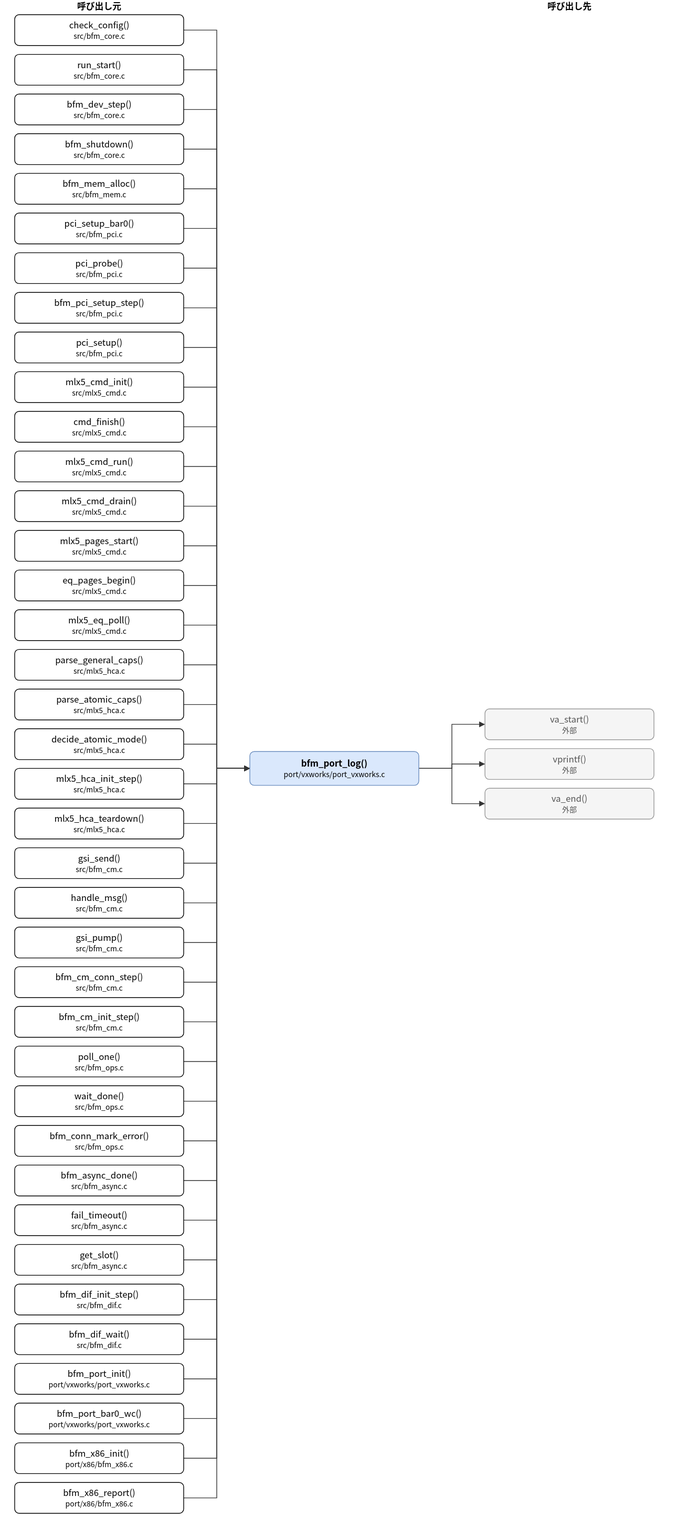
Above: doc/spec/images/call_port_vxworks_port_vxworks-bfm_port_log.drawio.svg in hf355051012-ai/bfmem (draw.io), before the change. Source tidied: cells renumbered, new cells last; positions are measured from the earlier drawing's top-left corner, leaving out a move shared by most shapes.
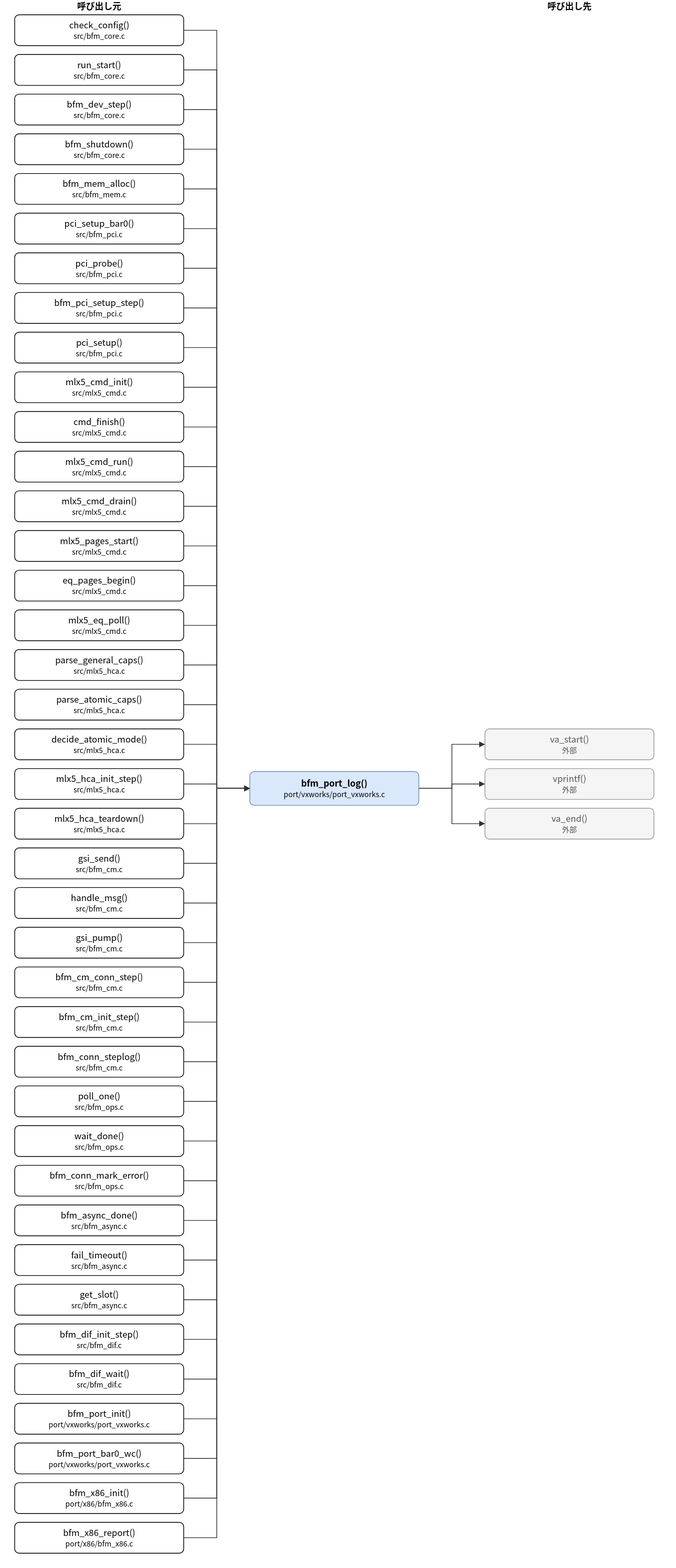
The same file after the commit.

The edit, as a diff of the source:
```diff
@@ -5,3 +5,3 @@
     <mxCell id="2" value="bfm_port_log()&lt;br&gt;&lt;font style=&quot;font-size:10px&quot;&gt;port/vxworks/port_vxworks.c&lt;/font&gt;" style="rounded=1;whiteSpace=wrap;html=1;fillColor=#dae8fc;strokeColor=#6c8ebf;fontStyle=1;" parent="1" vertex="1">
-      <mxGeometry x="320" y="1023" width="230" height="46" as="geometry" />
+      <mxGeometry x="320" y="1050" width="230" height="46" as="geometry" />
     </mxCell>
@@ -85,46 +85,49 @@
     </mxCell>
-    <mxCell id="29" value="poll_one()&lt;br&gt;&lt;font style=&quot;font-size:10px&quot;&gt;src/bfm_ops.c&lt;/font&gt;" style="rounded=1;whiteSpace=wrap;html=1;" parent="1" vertex="1">
+    <mxCell id="29" value="bfm_conn_steplog()&lt;br&gt;&lt;font style=&quot;font-size:10px&quot;&gt;src/bfm_cm.c&lt;/font&gt;" style="rounded=1;whiteSpace=wrap;html=1;" parent="1" vertex="1">
       <mxGeometry y="1424" width="230" height="42" as="geometry" />
     </mxCell>
-    <mxCell id="30" value="wait_done()&lt;br&gt;&lt;font style=&quot;font-size:10px&quot;&gt;src/bfm_ops.c&lt;/font&gt;" style="rounded=1;whiteSpace=wrap;html=1;" parent="1" vertex="1">
+    <mxCell id="30" value="poll_one()&lt;br&gt;&lt;font style=&quot;font-size:10px&quot;&gt;src/bfm_ops.c&lt;/font&gt;" style="rounded=1;whiteSpace=wrap;html=1;" parent="1" vertex="1">
       <mxGeometry y="1478" width="230" height="42" as="geometry" />
     </mxCell>
-    <mxCell id="31" value="bfm_conn_mark_error()&lt;br&gt;&lt;font style=&quot;font-size:10px&quot;&gt;src/bfm_ops.c&lt;/font&gt;" style="rounded=1;whiteSpace=wrap;html=1;" parent="1" vertex="1">
+    <mxCell id="31" value="wait_done()&lt;br&gt;&lt;font style=&quot;font-size:10px&quot;&gt;src/bfm_ops.c&lt;/font&gt;" style="rounded=1;whiteSpace=wrap;html=1;" parent="1" vertex="1">
       <mxGeometry y="1532" width="230" height="42" as="geometry" />
     </mxCell>
-    <mxCell id="32" value="bfm_async_done()&lt;br&gt;&lt;font style=&quot;font-size:10px&quot;&gt;src/bfm_async.c&lt;/font&gt;" style="rounded=1;whiteSpace=wrap;html=1;" parent="1" vertex="1">
+    <mxCell id="32" value="bfm_conn_mark_error()&lt;br&gt;&lt;font style=&quot;font-size:10px&quot;&gt;src/bfm_ops.c&lt;/font&gt;" style="rounded=1;whiteSpace=wrap;html=1;" parent="1" vertex="1">
       <mxGeometry y="1586" width="230" height="42" as="geometry" />
     </mxCell>
-    <mxCell id="33" value="fail_timeout()&lt;br&gt;&lt;font style=&quot;font-size:10px&quot;&gt;src/bfm_async.c&lt;/font&gt;" style="rounded=1;whiteSpace=wrap;html=1;" parent="1" vertex="1">
+    <mxCell id="33" value="bfm_async_done()&lt;br&gt;&lt;font style=&quot;font-size:10px&quot;&gt;src/bfm_async.c&lt;/font&gt;" style="rounded=1;whiteSpace=wrap;html=1;" parent="1" vertex="1">
       <mxGeometry y="1640" width="230" height="42" as="geometry" />
     </mxCell>
-    <mxCell id="34" value="get_slot()&lt;br&gt;&lt;font style=&quot;font-size:10px&quot;&gt;src/bfm_async.c&lt;/font&gt;" style="rounded=1;whiteSpace=wrap;html=1;" parent="1" vertex="1">
+    <mxCell id="34" value="fail_timeout()&lt;br&gt;&lt;font style=&quot;font-size:10px&quot;&gt;src/bfm_async.c&lt;/font&gt;" style="rounded=1;whiteSpace=wrap;html=1;" parent="1" vertex="1">
       <mxGeometry y="1694" width="230" height="42" as="geometry" />
     </mxCell>
-    <mxCell id="35" value="bfm_dif_init_step()&lt;br&gt;&lt;font style=&quot;font-size:10px&quot;&gt;src/bfm_dif.c&lt;/font&gt;" style="rounded=1;whiteSpace=wrap;html=1;" parent="1" vertex="1">
+    <mxCell id="35" value="get_slot()&lt;br&gt;&lt;font style=&quot;font-size:10px&quot;&gt;src/bfm_async.c&lt;/font&gt;" style="rounded=1;whiteSpace=wrap;html=1;" parent="1" vertex="1">
       <mxGeometry y="1748" width="230" height="42" as="geometry" />
     </mxCell>
-    <mxCell id="36" value="bfm_dif_wait()&lt;br&gt;&lt;font style=&quot;font-size:10px&quot;&gt;src/bfm_dif.c&lt;/font&gt;" style="rounded=1;whiteSpace=wrap;html=1;" parent="1" vertex="1">
+    <mxCell id="36" value="bfm_dif_init_step()&lt;br&gt;&lt;font style=&quot;font-size:10px&quot;&gt;src/bfm_dif.c&lt;/font&gt;" style="rounded=1;whiteSpace=wrap;html=1;" parent="1" vertex="1">
       <mxGeometry y="1802" width="230" height="42" as="geometry" />
     </mxCell>
-    <mxCell id="37" value="bfm_port_init()&lt;br&gt;&lt;font style=&quot;font-size:10px&quot;&gt;port/vxworks/port_vxworks.c&lt;/font&gt;" style="rounded=1;whiteSpace=wrap;html=1;" parent="1" vertex="1">
+    <mxCell id="37" value="bfm_dif_wait()&lt;br&gt;&lt;font style=&quot;font-size:10px&quot;&gt;src/bfm_dif.c&lt;/font&gt;" style="rounded=1;whiteSpace=wrap;html=1;" parent="1" vertex="1">
       <mxGeometry y="1856" width="230" height="42" as="geometry" />
     </mxCell>
-    <mxCell id="38" value="bfm_port_bar0_wc()&lt;br&gt;&lt;font style=&quot;font-size:10px&quot;&gt;port/vxworks/port_vxworks.c&lt;/font&gt;" style="rounded=1;whiteSpace=wrap;html=1;" parent="1" vertex="1">
+    <mxCell id="38" value="bfm_port_init()&lt;br&gt;&lt;font style=&quot;font-size:10px&quot;&gt;port/vxworks/port_vxworks.c&lt;/font&gt;" style="rounded=1;whiteSpace=wrap;html=1;" parent="1" vertex="1">
       <mxGeometry y="1910" width="230" height="42" as="geometry" />
     </mxCell>
-    <mxCell id="39" value="bfm_x86_init()&lt;br&gt;&lt;font style=&quot;font-size:10px&quot;&gt;port/x86/bfm_x86.c&lt;/font&gt;" style="rounded=1;whiteSpace=wrap;html=1;" parent="1" vertex="1">
+    <mxCell id="39" value="bfm_port_bar0_wc()&lt;br&gt;&lt;font style=&quot;font-size:10px&quot;&gt;port/vxworks/port_vxworks.c&lt;/font&gt;" style="rounded=1;whiteSpace=wrap;html=1;" parent="1" vertex="1">
       <mxGeometry y="1964" width="230" height="42" as="geometry" />
     </mxCell>
-    <mxCell id="40" value="bfm_x86_report()&lt;br&gt;&lt;font style=&quot;font-size:10px&quot;&gt;port/x86/bfm_x86.c&lt;/font&gt;" style="rounded=1;whiteSpace=wrap;html=1;" parent="1" vertex="1">
+    <mxCell id="40" value="bfm_x86_init()&lt;br&gt;&lt;font style=&quot;font-size:10px&quot;&gt;port/x86/bfm_x86.c&lt;/font&gt;" style="rounded=1;whiteSpace=wrap;html=1;" parent="1" vertex="1">
       <mxGeometry y="2018" width="230" height="42" as="geometry" />
     </mxCell>
+    <mxCell id="87" value="bfm_x86_report()&lt;br&gt;&lt;font style=&quot;font-size:10px&quot;&gt;port/x86/bfm_x86.c&lt;/font&gt;" style="rounded=1;whiteSpace=wrap;html=1;" parent="1" vertex="1">
+      <mxGeometry y="2072" width="230" height="42" as="geometry" />
+    </mxCell>
     <mxCell id="41" value="va_start()&lt;br&gt;&lt;font style=&quot;font-size:10px&quot;&gt;外部&lt;/font&gt;" style="rounded=1;whiteSpace=wrap;html=1;fillColor=#f5f5f5;strokeColor=#999999;fontColor=#555555;" parent="1" vertex="1">
-      <mxGeometry x="640" y="965" width="230" height="42" as="geometry" />
+      <mxGeometry x="640" y="992" width="230" height="42" as="geometry" />
     </mxCell>
     <mxCell id="42" value="vprintf()&lt;br&gt;&lt;font style=&quot;font-size:10px&quot;&gt;外部&lt;/font&gt;" style="rounded=1;whiteSpace=wrap;html=1;fillColor=#f5f5f5;strokeColor=#999999;fontColor=#555555;" parent="1" vertex="1">
-      <mxGeometry x="640" y="1019" width="230" height="42" as="geometry" />
+      <mxGeometry x="640" y="1046" width="230" height="42" as="geometry" />
     </mxCell>
     <mxCell id="43" value="va_end()&lt;br&gt;&lt;font style=&quot;font-size:10px&quot;&gt;外部&lt;/font&gt;" style="rounded=1;whiteSpace=wrap;html=1;fillColor=#f5f5f5;strokeColor=#999999;fontColor=#555555;" parent="1" vertex="1">
-      <mxGeometry x="640" y="1073" width="230" height="42" as="geometry" />
+      <mxGeometry x="640" y="1100" width="230" height="42" as="geometry" />
     </mxCell>
@@ -134,3 +137,3 @@
           <mxPoint x="275" y="41" />
-          <mxPoint x="275" y="1046" />
+          <mxPoint x="275" y="1073" />
         </Array>
@@ -142,3 +145,3 @@
           <mxPoint x="275" y="95" />
-          <mxPoint x="275" y="1046" />
+          <mxPoint x="275" y="1073" />
         </Array>
@@ -150,3 +153,3 @@
           <mxPoint x="275" y="149" />
-          <mxPoint x="275" y="1046" />
+          <mxPoint x="275" y="1073" />
         </Array>
@@ -158,3 +161,3 @@
           <mxPoint x="275" y="203" />
-          <mxPoint x="275" y="1046" />
+          <mxPoint x="275" y="1073" />
         </Array>
@@ -166,3 +169,3 @@
           <mxPoint x="275" y="257" />
-          <mxPoint x="275" y="1046" />
+          <mxPoint x="275" y="1073" />
         </Array>
@@ -174,3 +177,3 @@
           <mxPoint x="275" y="311" />
-          <mxPoint x="275" y="1046" />
+          <mxPoint x="275" y="1073" />
         </Array>
@@ -182,3 +185,3 @@
           <mxPoint x="275" y="365" />
-          <mxPoint x="275" y="1046" />
+          <mxPoint x="275" y="1073" />
         </Array>
@@ -190,3 +193,3 @@
           <mxPoint x="275" y="419" />
-          <mxPoint x="275" y="1046" />
+          <mxPoint x="275" y="1073" />
         </Array>
@@ -198,3 +201,3 @@
           <mxPoint x="275" y="473" />
-          <mxPoint x="275" y="1046" />
+          <mxPoint x="275" y="1073" />
         </Array>
@@ -206,3 +209,3 @@
           <mxPoint x="275" y="527" />
-          <mxPoint x="275" y="1046" />
+          <mxPoint x="275" y="1073" />
         </Array>
@@ -214,3 +217,3 @@
           <mxPoint x="275" y="581" />
-          <mxPoint x="275" y="1046" />
+          <mxPoint x="275" y="1073" />
         </Array>
@@ -222,3 +225,3 @@
           <mxPoint x="275" y="635" />
-          <mxPoint x="275" y="1046" />
+          <mxPoint x="275" y="1073" />
         </Array>
@@ -230,3 +233,3 @@
           <mxPoint x="275" y="689" />
-          <mxPoint x="275" y="1046" />
+          <mxPoint x="275" y="1073" />
         </Array>
@@ -238,3 +241,3 @@
           <mxPoint x="275" y="743" />
-          <mxPoint x="275" y="1046" />
+          <mxPoint x="275" y="1073" />
         </Array>
@@ -246,3 +249,3 @@
           <mxPoint x="275" y="797" />
-          <mxPoint x="275" y="1046" />
+          <mxPoint x="275" y="1073" />
         </Array>
@@ -254,3 +257,3 @@
           <mxPoint x="275" y="851" />
-          <mxPoint x="275" y="1046" />
+          <mxPoint x="275" y="1073" />
         </Array>
@@ -262,3 +265,3 @@
           <mxPoint x="275" y="905" />
-          <mxPoint x="275" y="1046" />
+          <mxPoint x="275" y="1073" />
         </Array>
@@ -270,3 +273,3 @@
           <mxPoint x="275" y="959" />
-          <mxPoint x="275" y="1046" />
+          <mxPoint x="275" y="1073" />
         </Array>
@@ -278,3 +281,3 @@
           <mxPoint x="275" y="1013" />
-          <mxPoint x="275" y="1046" />
+          <mxPoint x="275" y="1073" />
         </Array>
@@ -286,3 +289,3 @@
           <mxPoint x="275" y="1067" />
-          <mxPoint x="275" y="1046" />
+          <mxPoint x="275" y="1073" />
         </Array>
@@ -294,3 +297,3 @@
           <mxPoint x="275" y="1121" />
-          <mxPoint x="275" y="1046" />
+          <mxPoint x="275" y="1073" />
         </Array>
@@ -302,3 +305,3 @@
           <mxPoint x="275" y="1175" />
-          <mxPoint x="275" y="1046" />
+          <mxPoint x="275" y="1073" />
         </Array>
@@ -310,3 +313,3 @@
           <mxPoint x="275" y="1229" />
-          <mxPoint x="275" y="1046" />
+          <mxPoint x="275" y="1073" />
         </Array>
@@ -318,3 +321,3 @@
           <mxPoint x="275" y="1283" />
-          <mxPoint x="275" y="1046" />
+          <mxPoint x="275" y="1073" />
         </Array>
@@ -326,3 +329,3 @@
           <mxPoint x="275" y="1337" />
-          <mxPoint x="275" y="1046" />
+          <mxPoint x="275" y="1073" />
         </Array>
@@ -334,3 +337,3 @@
           <mxPoint x="275" y="1391" />
-          <mxPoint x="275" y="1046" />
+          <mxPoint x="275" y="1073" />
         </Array>
@@ -342,3 +345,3 @@
           <mxPoint x="275" y="1445" />
-          <mxPoint x="275" y="1046" />
+          <mxPoint x="275" y="1073" />
         </Array>
@@ -350,3 +353,3 @@
           <mxPoint x="275" y="1499" />
-          <mxPoint x="275" y="1046" />
+          <mxPoint x="275" y="1073" />
         </Array>
@@ -358,3 +361,3 @@
           <mxPoint x="275" y="1553" />
-          <mxPoint x="275" y="1046" />
+          <mxPoint x="275" y="1073" />
         </Array>
@@ -366,3 +369,3 @@
           <mxPoint x="275" y="1607" />
-          <mxPoint x="275" y="1046" />
+          <mxPoint x="275" y="1073" />
         </Array>
@@ -374,3 +377,3 @@
           <mxPoint x="275" y="1661" />
-          <mxPoint x="275" y="1046" />
+          <mxPoint x="275" y="1073" />
         </Array>
@@ -382,3 +385,3 @@
           <mxPoint x="275" y="1715" />
-          <mxPoint x="275" y="1046" />
+          <mxPoint x="275" y="1073" />
         </Array>
@@ -390,3 +393,3 @@
           <mxPoint x="275" y="1769" />
-          <mxPoint x="275" y="1046" />
+          <mxPoint x="275" y="1073" />
         </Array>
@@ -398,3 +401,3 @@
           <mxPoint x="275" y="1823" />
-          <mxPoint x="275" y="1046" />
+          <mxPoint x="275" y="1073" />
         </Array>
@@ -406,3 +409,3 @@
           <mxPoint x="275" y="1877" />
-          <mxPoint x="275" y="1046" />
+          <mxPoint x="275" y="1073" />
         </Array>
@@ -414,3 +417,3 @@
           <mxPoint x="275" y="1931" />
-          <mxPoint x="275" y="1046" />
+          <mxPoint x="275" y="1073" />
         </Array>
@@ -422,3 +425,3 @@
           <mxPoint x="275" y="1985" />
-          <mxPoint x="275" y="1046" />
+          <mxPoint x="275" y="1073" />
         </Array>
@@ -430,3 +433,3 @@
           <mxPoint x="275" y="2039" />
-          <mxPoint x="275" y="1046" />
+          <mxPoint x="275" y="1073" />
         </Array>
@@ -434,7 +437,7 @@
     </mxCell>
-    <mxCell id="82" style="edgeStyle=none;html=1;rounded=0;endArrow=block;endFill=1;exitX=1.0000;exitY=0.5000;exitDx=0;exitDy=0;exitPerimeter=0;entryX=0.0000;entryY=0.5000;entryDx=0;entryDy=0;entryPerimeter=0;" parent="1" edge="1" source="2" target="41">
+    <mxCell id="82" style="edgeStyle=none;html=1;rounded=0;endArrow=block;endFill=1;exitX=1.0000;exitY=0.5000;exitDx=0;exitDy=0;exitPerimeter=0;entryX=0.0000;entryY=0.5000;entryDx=0;entryDy=0;entryPerimeter=0;" parent="1" edge="1" source="87" target="2">
       <mxGeometry relative="1" as="geometry">
         <Array as="points">
-          <mxPoint x="595" y="1046" />
-          <mxPoint x="595" y="986" />
+          <mxPoint x="275" y="2093" />
+          <mxPoint x="275" y="1073" />
         </Array>
@@ -442,7 +445,7 @@
     </mxCell>
-    <mxCell id="83" style="edgeStyle=none;html=1;rounded=0;endArrow=block;endFill=1;exitX=1.0000;exitY=0.5000;exitDx=0;exitDy=0;exitPerimeter=0;entryX=0.0000;entryY=0.5000;entryDx=0;entryDy=0;entryPerimeter=0;" parent="1" edge="1" source="2" target="42">
+    <mxCell id="83" style="edgeStyle=none;html=1;rounded=0;endArrow=block;endFill=1;exitX=1.0000;exitY=0.5000;exitDx=0;exitDy=0;exitPerimeter=0;entryX=0.0000;entryY=0.5000;entryDx=0;entryDy=0;entryPerimeter=0;" parent="1" edge="1" source="2" target="41">
       <mxGeometry relative="1" as="geometry">
         <Array as="points">
-          <mxPoint x="595" y="1046" />
-          <mxPoint x="595" y="1040" />
+          <mxPoint x="595" y="1073" />
+          <mxPoint x="595" y="1013" />
         </Array>
@@ -450,7 +453,7 @@
     </mxCell>
-    <mxCell id="84" style="edgeStyle=none;html=1;rounded=0;endArrow=block;endFill=1;exitX=1.0000;exitY=0.5000;exitDx=0;exitDy=0;exitPerimeter=0;entryX=0.0000;entryY=0.5000;entryDx=0;entryDy=0;entryPerimeter=0;" parent="1" edge="1" source="2" target="43">
+    <mxCell id="84" style="edgeStyle=none;html=1;rounded=0;endArrow=block;endFill=1;exitX=1.0000;exitY=0.5000;exitDx=0;exitDy=0;exitPerimeter=0;entryX=0.0000;entryY=0.5000;entryDx=0;entryDy=0;entryPerimeter=0;" parent="1" edge="1" source="2" target="42">
       <mxGeometry relative="1" as="geometry">
         <Array as="points">
-          <mxPoint x="595" y="1046" />
-          <mxPoint x="595" y="1094" />
+          <mxPoint x="595" y="1073" />
+          <mxPoint x="595" y="1067" />
         </Array>
@@ -458,2 +461,10 @@
     </mxCell>
+    <mxCell id="88" style="edgeStyle=none;html=1;rounded=0;endArrow=block;endFill=1;exitX=1.0000;exitY=0.5000;exitDx=0;exitDy=0;exitPerimeter=0;entryX=0.0000;entryY=0.5000;entryDx=0;entryDy=0;entryPerimeter=0;" parent="1" edge="1" source="2" target="43">
+      <mxGeometry relative="1" as="geometry">
+        <Array as="points">
+          <mxPoint x="595" y="1073" />
+          <mxPoint x="595" y="1121" />
+        </Array>
+      </mxGeometry>
+    </mxCell>
     <mxCell id="85" value="呼び出し元" style="text;html=1;align=center;fontStyle=1;" parent="1" vertex="1">
```
